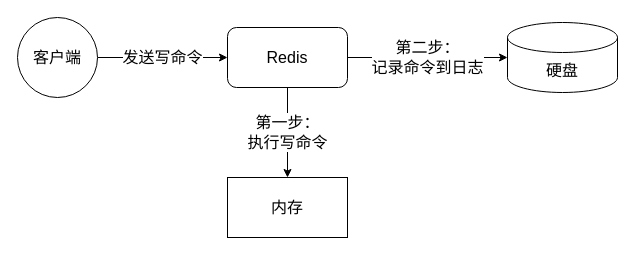
Earlier version of the draw.io diagram redis/持久化/AOF.drawio (xiaolincoder/ImageHost4). Source tidied: cells renumbered, new cells numbered last; positions are measured from the earlier drawing's top-left corner, leaving out a move shared by most shapes. Both pictures are drawn from the tidied source at 100%, with x=0, y=0 at pixel (17, 17).
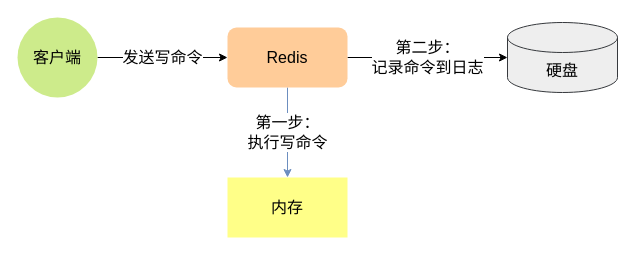
The same page after the edit.

Diff of the diagram source:
```diff
@@
 <mxGraphModel>
   <root>
     <mxCell id="0" />
     <mxCell id="1" parent="0" />
-    <mxCell id="2" value="第一步：&lt;br&gt;执行写命令" style="edgeStyle=orthogonalEdgeStyle;rounded=0;jettySize=auto;html=1;fontSize=16;" parent="1" edge="1" source="4" target="7">
+    <mxCell id="2" value="第一步：&lt;br&gt;执行写命令" style="edgeStyle=orthogonalEdgeStyle;rounded=0;jettySize=auto;html=1;fontSize=16;fillColor=#dae8fc;strokeColor=#6c8ebf;" parent="1" edge="1" source="4" target="7">
       <mxGeometry relative="1" as="geometry" />
     </mxCell>
     <mxCell id="3" value="第二步：&lt;br&gt;记录命令到日志" style="edgeStyle=orthogonalEdgeStyle;rounded=0;jettySize=auto;html=1;fontSize=16;" parent="1" edge="1" source="4" target="8">
       <mxGeometry relative="1" as="geometry" />
     </mxCell>
-    <mxCell id="4" value="Redis" style="rounded=1;whiteSpace=wrap;html=1;fontSize=16;" parent="1" vertex="1">
+    <mxCell id="4" value="Redis" style="rounded=1;whiteSpace=wrap;html=1;fontSize=16;fillColor=#ffcc99;strokeColor=none;" parent="1" vertex="1">
       <mxGeometry x="210" y="10" width="120" height="60" as="geometry" />
     </mxCell>
     <mxCell id="5" value="发送写命令" style="edgeStyle=orthogonalEdgeStyle;rounded=0;jettySize=auto;html=1;fontSize=16;" parent="1" edge="1" source="6" target="4">
       <mxGeometry relative="1" as="geometry" />
     </mxCell>
-    <mxCell id="6" value="客户端" style="ellipse;whiteSpace=wrap;html=1;fontSize=16;" parent="1" vertex="1">
+    <mxCell id="6" value="客户端" style="ellipse;whiteSpace=wrap;html=1;fontSize=16;fillColor=#cdeb8b;strokeColor=none;" parent="1" vertex="1">
       <mxGeometry width="80" height="80" as="geometry" />
     </mxCell>
-    <mxCell id="7" value="内存" style="rounded=0;whiteSpace=wrap;html=1;fontSize=16;" parent="1" vertex="1">
+    <mxCell id="7" value="内存" style="rounded=0;whiteSpace=wrap;html=1;fontSize=16;fillColor=#ffff88;strokeColor=none;" parent="1" vertex="1">
       <mxGeometry x="210" y="160" width="120" height="60" as="geometry" />
     </mxCell>
-    <mxCell id="8" value="硬盘" style="shape=cylinder3;whiteSpace=wrap;html=1;boundedLbl=1;backgroundOutline=1;size=15;fontSize=16;" parent="1" vertex="1">
+    <mxCell id="8" value="硬盘" style="shape=cylinder3;whiteSpace=wrap;html=1;boundedLbl=1;backgroundOutline=1;size=15;fontSize=16;fillColor=#eeeeee;strokeColor=#36393d;" parent="1" vertex="1">
       <mxGeometry x="490" y="5" width="110" height="70" as="geometry" />
     </mxCell>
   </root>
 </mxGraphModel>
```
